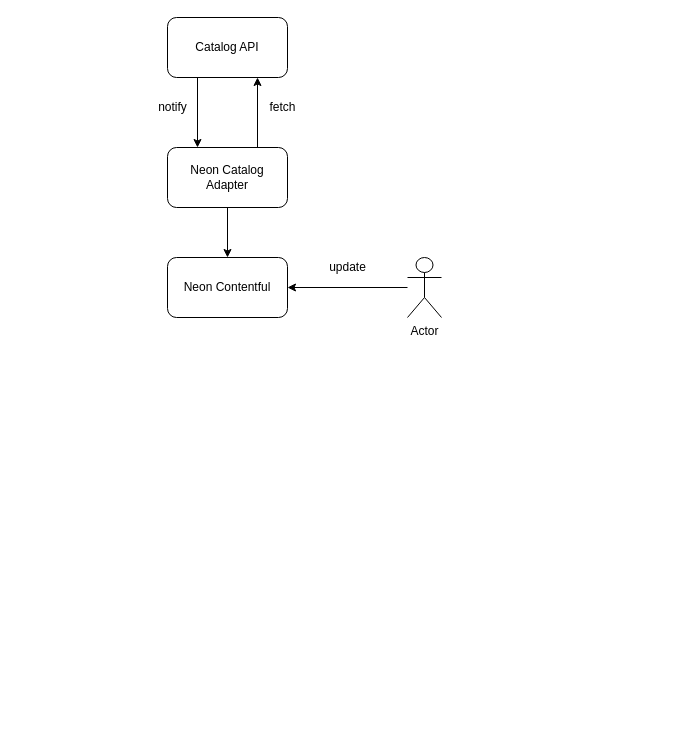
The draw.io diagram Untitled Diagram.drawio in leoshao/diagrams, before the edit. Source tidied: cells renumbered, new cells numbered last; positions are measured from the earlier drawing's top-left corner, leaving out a move shared by most shapes. Both pictures are drawn from the tidied source at 100%, with x=0, y=0 at pixel (147, 17).
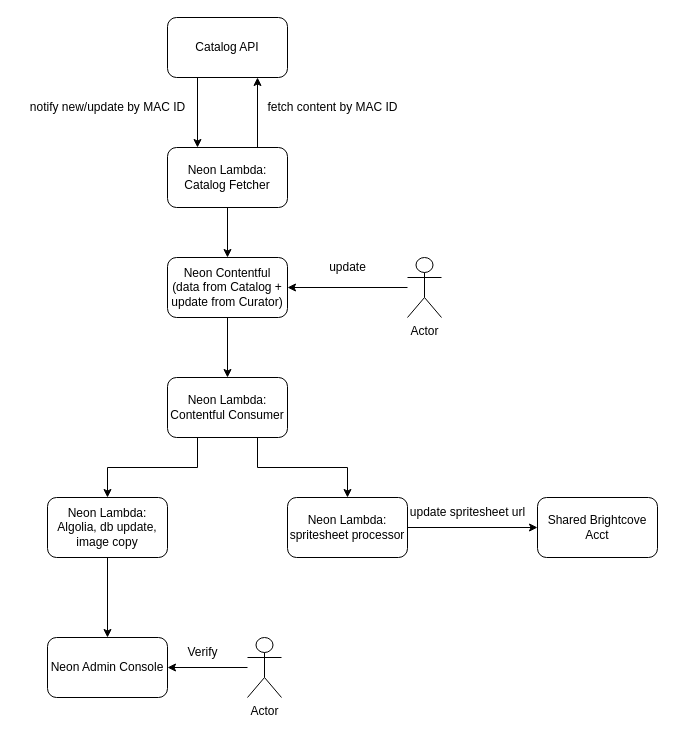
The same diagram, later.

The edit, as a diff of the source:
```diff
@@
+    <mxCell id="13" style="edgeStyle=orthogonalEdgeStyle;rounded=0;jettySize=auto;html=1;" parent="1" edge="1" source="2" target="16">
+      <mxGeometry relative="1" as="geometry" />
+    </mxCell>
-    <mxCell id="2" value="Neon Contentful" style="rounded=1;whiteSpace=wrap;html=1;" parent="1" vertex="1">
+    <mxCell id="2" value="Neon Contentful&lt;br&gt;(data from Catalog + update from Curator)" style="rounded=1;whiteSpace=wrap;html=1;" parent="1" vertex="1">
       <mxGeometry x="20" y="240" width="120" height="60" as="geometry" />
     </mxCell>
@@
-    <mxCell id="7" value="Neon Catalog Adapter" style="rounded=1;whiteSpace=wrap;html=1;" parent="1" vertex="1">
+    <mxCell id="7" value="Neon Lambda: Catalog Fetcher" style="rounded=1;whiteSpace=wrap;html=1;" parent="1" vertex="1">
       <mxGeometry x="20" y="130" width="120" height="60" as="geometry" />
     </mxCell>
-    <mxCell id="8" value="notify" style="text;html=1;align=center;verticalAlign=middle;strokeColor=none;fillColor=none;" parent="1" vertex="1">
-      <mxGeometry y="75" width="50" height="30" as="geometry" />
+    <mxCell id="8" value="notify new/update by MAC ID" style="text;html=1;align=center;verticalAlign=middle;strokeColor=none;fillColor=none;" parent="1" vertex="1">
+      <mxGeometry x="-130" y="75" width="180" height="30" as="geometry" />
     </mxCell>
-    <mxCell id="9" value="fetch" style="text;html=1;align=center;verticalAlign=middle;strokeColor=none;fillColor=none;" parent="1" vertex="1">
-      <mxGeometry x="110" y="75" width="50" height="30" as="geometry" />
+    <mxCell id="9" value="fetch content by MAC ID" style="text;html=1;align=center;verticalAlign=middle;strokeColor=none;fillColor=none;" parent="1" vertex="1">
+      <mxGeometry x="110" y="75" width="150" height="30" as="geometry" />
     </mxCell>
@@
+    <mxCell id="14" style="edgeStyle=orthogonalEdgeStyle;rounded=0;jettySize=auto;html=1;exitX=0.25;exitY=1;exitDx=0;exitDy=0;" parent="1" edge="1" source="16" target="18">
+      <mxGeometry relative="1" as="geometry" />
+    </mxCell>
+    <mxCell id="15" style="edgeStyle=orthogonalEdgeStyle;rounded=0;jettySize=auto;html=1;exitX=0.75;exitY=1;exitDx=0;exitDy=0;entryX=0.5;entryY=0;entryDx=0;entryDy=0;" parent="1" edge="1" source="16" target="20">
+      <mxGeometry relative="1" as="geometry" />
+    </mxCell>
+    <mxCell id="16" value="Neon Lambda:&lt;br&gt;Contentful Consumer" style="rounded=1;whiteSpace=wrap;html=1;" parent="1" vertex="1">
+      <mxGeometry x="20" y="360" width="120" height="60" as="geometry" />
+    </mxCell>
+    <mxCell id="17" style="edgeStyle=orthogonalEdgeStyle;rounded=0;jettySize=auto;html=1;" parent="1" edge="1" source="18" target="23">
+      <mxGeometry relative="1" as="geometry" />
+    </mxCell>
+    <mxCell id="18" value="Neon Lambda:&lt;br&gt;Algolia, db update, image copy" style="rounded=1;whiteSpace=wrap;html=1;" parent="1" vertex="1">
+      <mxGeometry x="-100" y="480" width="120" height="60" as="geometry" />
+    </mxCell>
+    <mxCell id="19" style="edgeStyle=orthogonalEdgeStyle;rounded=0;jettySize=auto;html=1;" parent="1" edge="1" source="20" target="21">
+      <mxGeometry relative="1" as="geometry" />
+    </mxCell>
+    <mxCell id="20" value="Neon Lambda:&lt;br&gt;spritesheet processor" style="rounded=1;whiteSpace=wrap;html=1;" parent="1" vertex="1">
+      <mxGeometry x="140" y="480" width="120" height="60" as="geometry" />
+    </mxCell>
+    <mxCell id="21" value="Shared Brightcove Acct" style="rounded=1;whiteSpace=wrap;html=1;" parent="1" vertex="1">
+      <mxGeometry x="390" y="480" width="120" height="60" as="geometry" />
+    </mxCell>
+    <mxCell id="22" value="update spritesheet url" style="text;html=1;align=center;verticalAlign=middle;strokeColor=none;fillColor=none;" parent="1" vertex="1">
+      <mxGeometry x="250" y="480" width="140" height="30" as="geometry" />
+    </mxCell>
+    <mxCell id="23" value="Neon Admin Console" style="whiteSpace=wrap;html=1;rounded=1;" parent="1" vertex="1">
+      <mxGeometry x="-100" y="620" width="120" height="60" as="geometry" />
+    </mxCell>
+    <mxCell id="24" style="edgeStyle=orthogonalEdgeStyle;rounded=0;jettySize=auto;html=1;" parent="1" edge="1" source="25" target="23">
+      <mxGeometry relative="1" as="geometry" />
+    </mxCell>
+    <mxCell id="25" value="Actor" style="shape=umlActor;verticalLabelPosition=bottom;verticalAlign=top;html=1;outlineConnect=0;" parent="1" vertex="1">
+      <mxGeometry x="100" y="620" width="34" height="60" as="geometry" />
+    </mxCell>
+    <mxCell id="26" value="Verify" style="text;html=1;align=center;verticalAlign=middle;strokeColor=none;fillColor=none;" parent="1" vertex="1">
+      <mxGeometry x="30" y="620" width="50" height="30" as="geometry" />
+    </mxCell>
```
